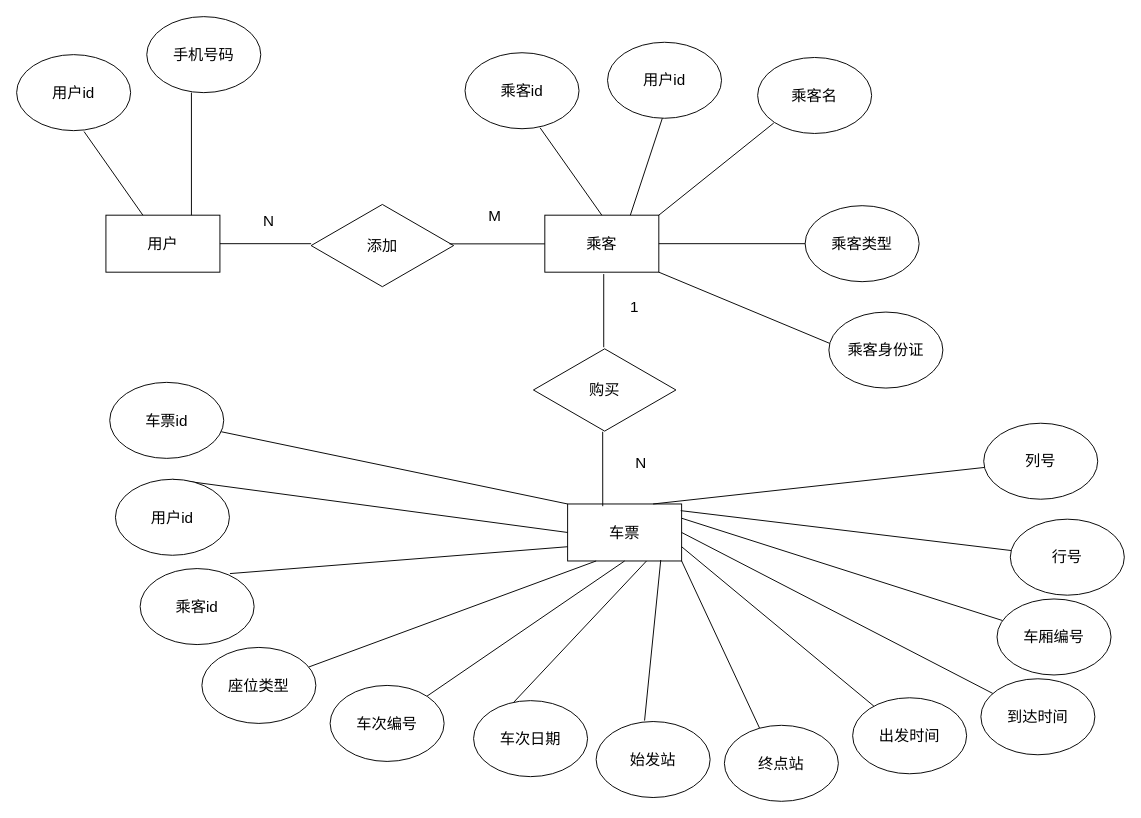
This is er.drawio from njauwj/draw, a draw.io file, before an edit. Source tidied: cells renumbered, new cells numbered last; positions are measured from the earlier drawing's top-left corner, leaving out a move shared by most shapes. Both pictures are drawn from the tidied source at 95%, with x=0, y=0 at pixel (16, 16).
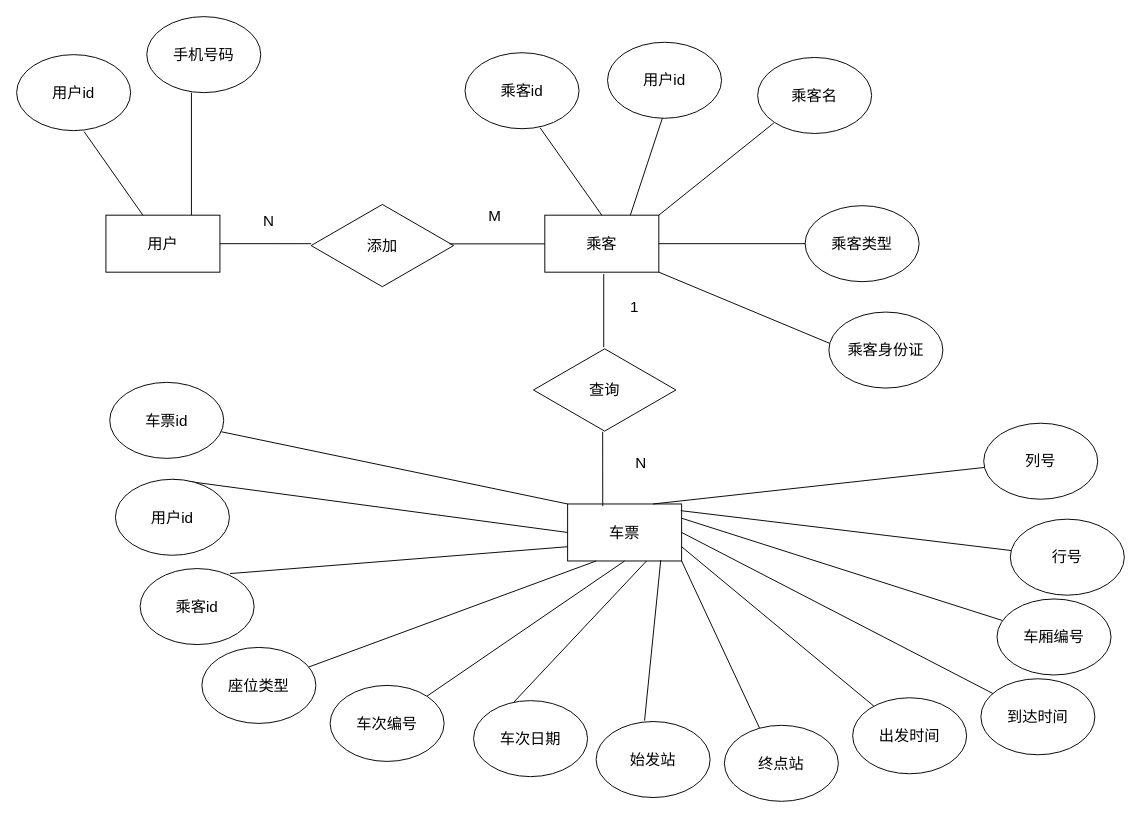
The same page after the edit.

The edit, as a diff of the source:
```diff
@@
-    <mxCell id="24" value="购买" style="html=1;whiteSpace=wrap;shape=isoRectangle;fontSize=16;" parent="1" vertex="1">
+    <mxCell id="24" value="查询" style="html=1;whiteSpace=wrap;shape=isoRectangle;fontSize=16;labelBackgroundColor=default;" parent="1" vertex="1">
       <mxGeometry x="544" y="348" width="150" height="90" as="geometry" />
     </mxCell>
```
